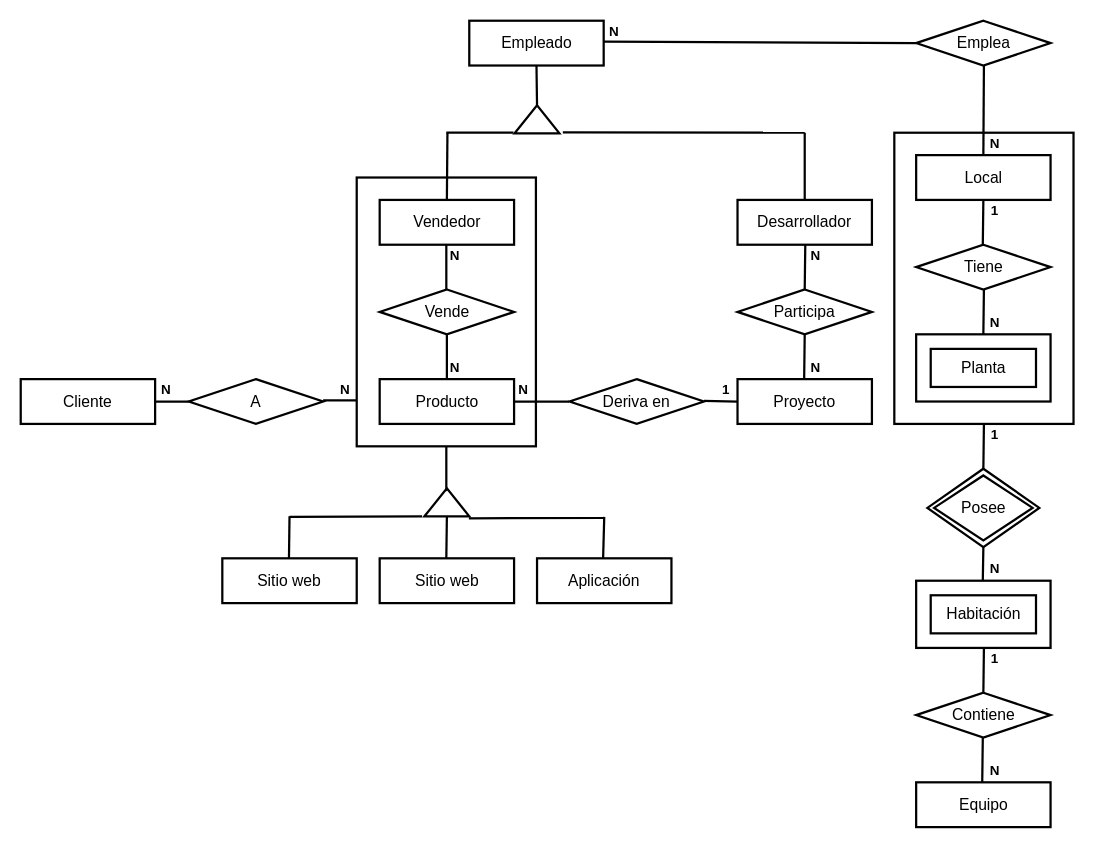
AMR-Dev/database keeps this draw.io diagram as MER Sin atributos.drawio. Above is the earlier version. Source tidied: cells renumbered, new cells numbered last; positions are measured from the earlier drawing's top-left corner, leaving out a move shared by most shapes. Both pictures are drawn from the tidied source at 112%, with x=0, y=0 at pixel (20, 20).
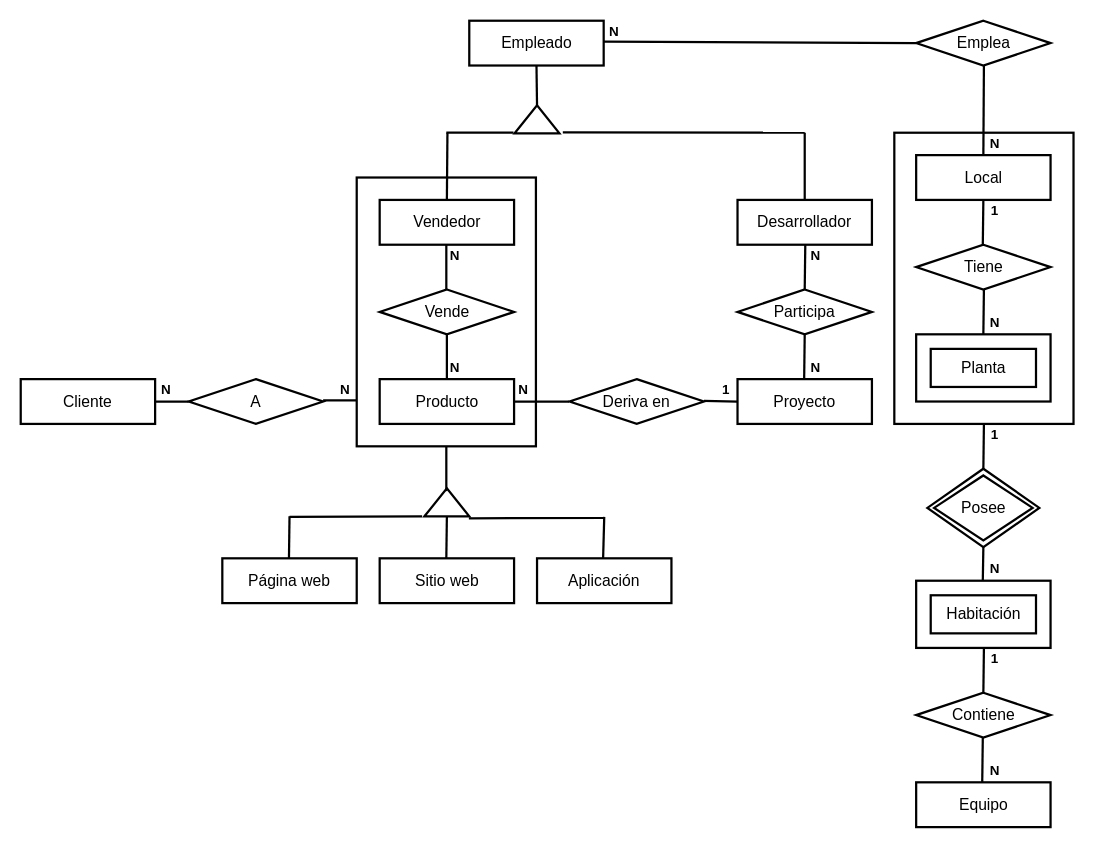
The same page after the edit.

What changed in the source:
```diff
@@
-    <mxCell id="25" value="Sitio web" style="strokeWidth=2;whiteSpace=wrap;html=1;align=center;fontSize=14;" parent="1" vertex="1">
+    <mxCell id="25" value="Página web" style="strokeWidth=2;whiteSpace=wrap;html=1;align=center;fontSize=14;" parent="1" vertex="1">
       <mxGeometry x="180" y="480" width="120" height="40" as="geometry" />
     </mxCell>
```
